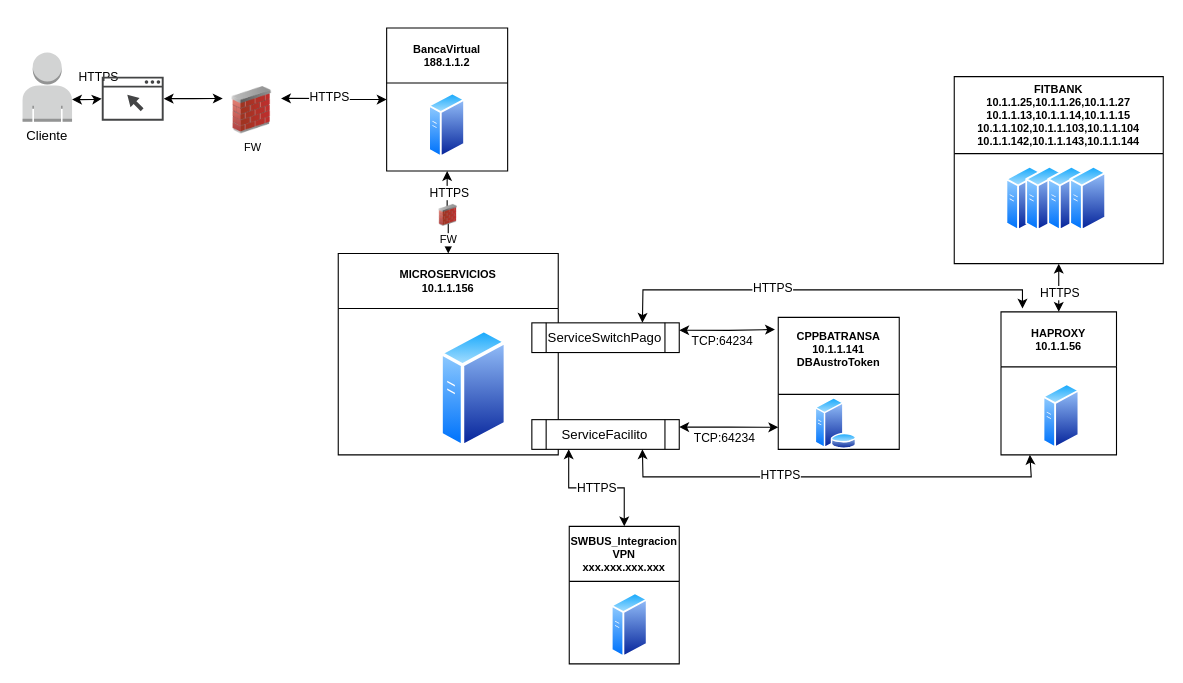
Above: Austrotoken.drawio in davidguillermofg/Diagrams (draw.io), before the change. Source tidied: cells renumbered, new cells numbered last; positions are measured from the earlier drawing's top-left corner, leaving out a move shared by most shapes. Both pictures are drawn from the tidied source at 110%, with x=0, y=0 at pixel (19, 28).
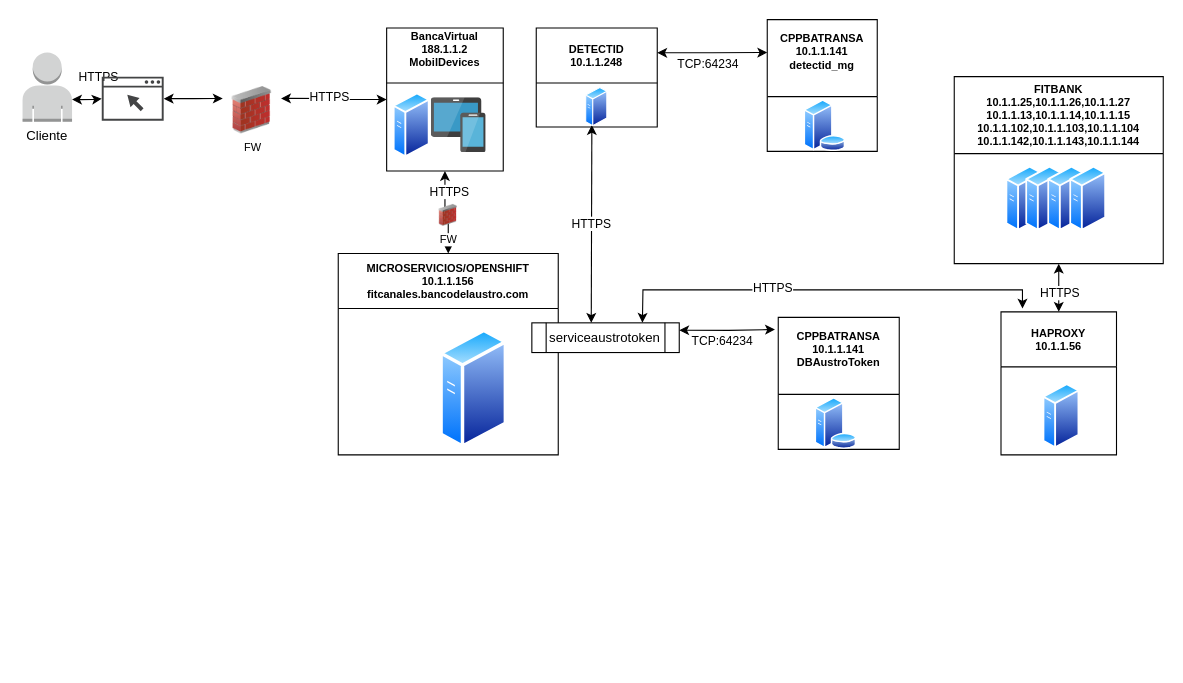
Above is the later version.

The change refers to these unchanged cells:
```xml
<mxCell id="31" value="HAPROXY&#10;10.1.1.56" style="swimlane;startSize=50;fontSize=10;" parent="1" vertex="1">
  <mxGeometry x="892.5" y="258" width="105" height="130" as="geometry" />
</mxCell>
```

What changed in the source:
```diff
@@
-    <mxCell id="6" value="MICROSERVICIOS&#10;10.1.1.156" style="swimlane;startSize=50;fontSize=10;" parent="1" vertex="1">
+    <mxCell id="6" value="MICROSERVICIOS/OPENSHIFT&#10;10.1.1.156&#10;fitcanales.bancodelaustro.com" style="swimlane;startSize=50;fontSize=10;" parent="1" vertex="1">
       <mxGeometry x="290" y="205" width="200" height="183" as="geometry" />
     </mxCell>
@@
-    <mxCell id="16" value="BancaVirtual&#10;188.1.1.2" style="swimlane;startSize=50;fontSize=10;" parent="1" vertex="1">
-      <mxGeometry x="334" width="110" height="130" as="geometry" />
+    <mxCell id="16" value="BancaVirtual&#10;188.1.1.2&#10;MobilDevices&#10;" style="swimlane;startSize=50;fontSize=10;" parent="1" vertex="1">
+      <mxGeometry x="334" width="106" height="130" as="geometry" />
     </mxCell>
     <mxCell id="17" style="perimeter=ellipsePerimeter;html=1;align=center;shadow=0;dashed=0;spacingTop=3;image;image=img/lib/active_directory/generic_server.svg;fontSize=10;" parent="16" vertex="1">
-      <mxGeometry x="38.2" y="58.5" width="33.6" height="60" as="geometry" />
+      <mxGeometry x="6" y="58.5" width="33.6" height="60" as="geometry" />
     </mxCell>
-    <mxCell id="18" value="&#10;SWBUS_Integracion&#10;VPN&#10;xxx.xxx.xxx.xxx&#10;" style="swimlane;startSize=50;fontSize=10;" parent="1" vertex="1">
-      <mxGeometry x="500" y="453" width="100" height="125" as="geometry" />
-    </mxCell>
-    <mxCell id="19" style="perimeter=ellipsePerimeter;html=1;align=center;shadow=0;dashed=0;spacingTop=3;image;image=img/lib/active_directory/generic_server.svg;fontSize=10;" parent="18" vertex="1">
-      <mxGeometry x="38.2" y="60" width="33.6" height="60" as="geometry" />
-    </mxCell>
-    <mxCell id="20" value="HTTPS" style="edgeStyle=orthogonalEdgeStyle;rounded=0;jettySize=auto;html=1;exitX=0.5;exitY=0;exitDx=0;exitDy=0;startArrow=classic;startFill=1;entryX=0.25;entryY=1;entryDx=0;entryDy=0;" parent="1" edge="1" source="18" target="21">
-      <mxGeometry relative="1" as="geometry" />
-    </mxCell>
-    <mxCell id="21" value="ServiceFacilito" style="shape=process;whiteSpace=wrap;html=1;backgroundOutline=1;" parent="1" vertex="1">
-      <mxGeometry x="466" y="356" width="134" height="27" as="geometry" />
-    </mxCell>
+    <mxCell id="43" style="image;sketch=0;html=1;align=center;fontSize=12;image=img/lib/mscae/Devices_Groups.svg;" parent="16" vertex="1">
+      <mxGeometry x="40.5" y="63.5" width="50" height="50" as="geometry" />
+    </mxCell>
-    <mxCell id="22" value="ServiceSwitchPago" style="shape=process;whiteSpace=wrap;html=1;backgroundOutline=1;" parent="1" vertex="1">
+    <mxCell id="22" value="serviceaustrotoken" style="shape=process;whiteSpace=wrap;html=1;backgroundOutline=1;" parent="1" vertex="1">
       <mxGeometry x="466" y="268" width="134" height="27" as="geometry" />
     </mxCell>
@@
-    <mxCell id="37" style="rounded=0;jettySize=auto;html=1;startArrow=classic;startFill=1;exitX=0.75;exitY=1;exitDx=0;exitDy=0;entryX=0.25;entryY=1;entryDx=0;entryDy=0;" parent="1" edge="1" source="21" target="31">
-      <mxGeometry relative="1" as="geometry">
-        <Array as="points">
-          <mxPoint x="567" y="408" />
-          <mxPoint x="920" y="408" />
-        </Array>
-      </mxGeometry>
-    </mxCell>
-    <mxCell id="38" value="HTTPS" style="edgeLabel;html=1;align=center;verticalAlign=middle;" parent="37" vertex="1">
-      <mxGeometry x="-0.3" y="3" relative="1" as="geometry">
-        <mxPoint x="11" as="offset" />
-      </mxGeometry>
-    </mxCell>
@@
-    <mxCell id="41" style="edgeStyle=orthogonalEdgeStyle;rounded=0;jettySize=auto;html=1;exitX=1;exitY=0.25;exitDx=0;exitDy=0;startArrow=classic;startFill=1;" parent="1" edge="1" source="21">
-      <mxGeometry relative="1" as="geometry">
-        <mxPoint x="690" y="363" as="targetPoint" />
-      </mxGeometry>
-    </mxCell>
+    <mxCell id="44" value="HTTPS" style="edgeStyle=orthogonalEdgeStyle;rounded=0;jettySize=auto;html=1;startArrow=classic;startFill=1;entryX=0.5;entryY=0;entryDx=0;entryDy=0;exitX=0.25;exitY=1;exitDx=0;exitDy=0;" parent="1" edge="1" source="46">
+      <mxGeometry relative="1" as="geometry">
+        <mxPoint x="520" y="268" as="targetPoint" />
+      </mxGeometry>
+    </mxCell>
+    <mxCell id="45" value="DETECTID&#10;10.1.1.248" style="swimlane;startSize=50;fontSize=10;" parent="1" vertex="1">
+      <mxGeometry x="470" width="110" height="90" as="geometry" />
+    </mxCell>
+    <mxCell id="46" style="perimeter=ellipsePerimeter;html=1;align=center;shadow=0;dashed=0;spacingTop=3;image;image=img/lib/active_directory/generic_server.svg;fontSize=10;" parent="45" vertex="1">
+      <mxGeometry x="44.9" y="53.8" width="20.3" height="36.2" as="geometry" />
+    </mxCell>
+    <mxCell id="47" style="edgeStyle=orthogonalEdgeStyle;rounded=0;jettySize=auto;html=1;exitX=1;exitY=0.25;exitDx=0;exitDy=0;entryX=0;entryY=0.25;entryDx=0;entryDy=0;startArrow=classic;startFill=1;" parent="1" edge="1" source="45" target="48">
+      <mxGeometry relative="1" as="geometry" />
+    </mxCell>
-    <mxCell id="42" value="TCP:64234" style="edgeLabel;html=1;align=center;verticalAlign=middle;" parent="41" vertex="1">
+    <mxCell id="42" value="TCP:64234" style="edgeLabel;html=1;align=center;verticalAlign=middle;" parent="47" vertex="1">
       <mxGeometry x="-0.04" relative="1" as="geometry">
         <mxPoint x="-3" y="10" as="offset" />
       </mxGeometry>
     </mxCell>
+    <mxCell id="48" value="CPPBATRANSA&#10;10.1.1.141&#10;detectid_mg&#10;" style="swimlane;startSize=70;fontSize=10;" parent="1" vertex="1">
+      <mxGeometry x="680" y="-7.7" width="100" height="119.8" as="geometry" />
+    </mxCell>
+    <mxCell id="49" style="perimeter=ellipsePerimeter;html=1;align=center;shadow=0;dashed=0;spacingTop=3;image;image=img/lib/active_directory/database_server.svg;" parent="48" vertex="1">
+      <mxGeometry x="33.2" y="73" width="38.5" height="47" as="geometry" />
+    </mxCell>
```
